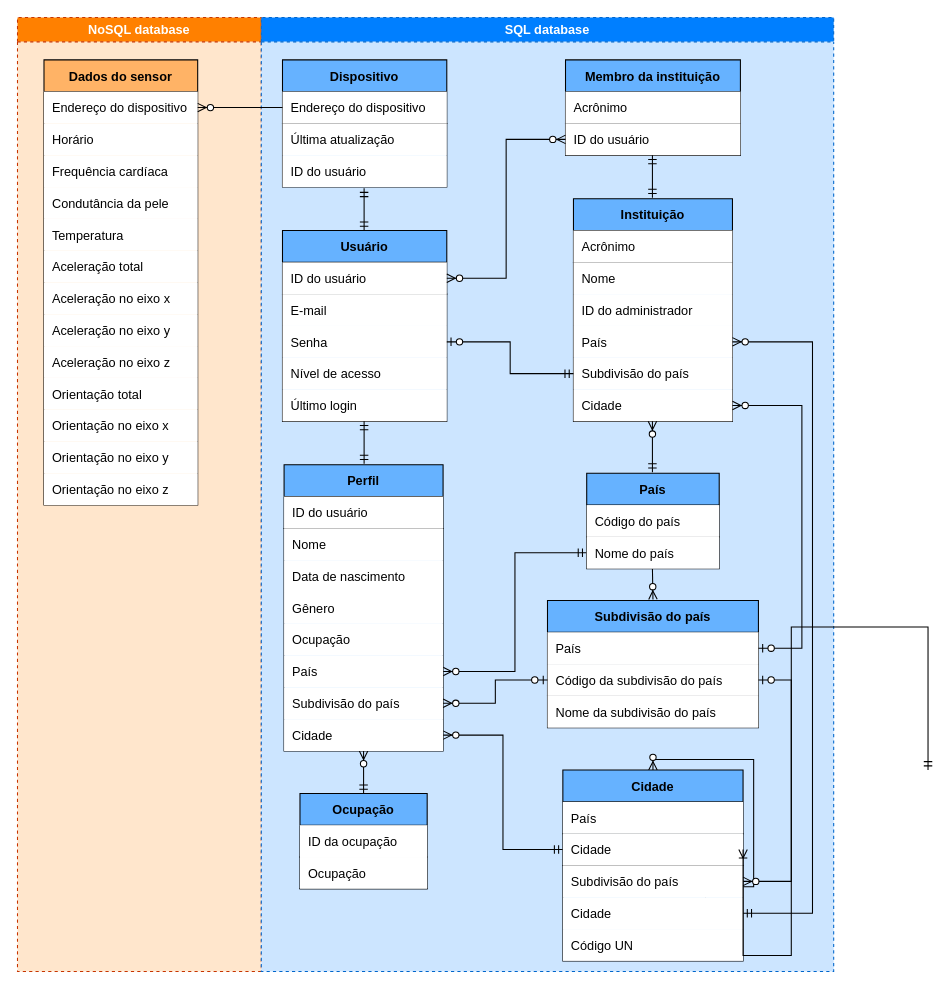
Earlier version of the draw.io diagram logical data model.drawio (julianaclp/tcc-diagrams). Source tidied: cells renumbered, new cells numbered last; positions are measured from the earlier drawing's top-left corner, leaving out a move shared by most shapes. Both pictures are drawn from the tidied source at 106%, with x=0, y=0 at pixel (17, 17).
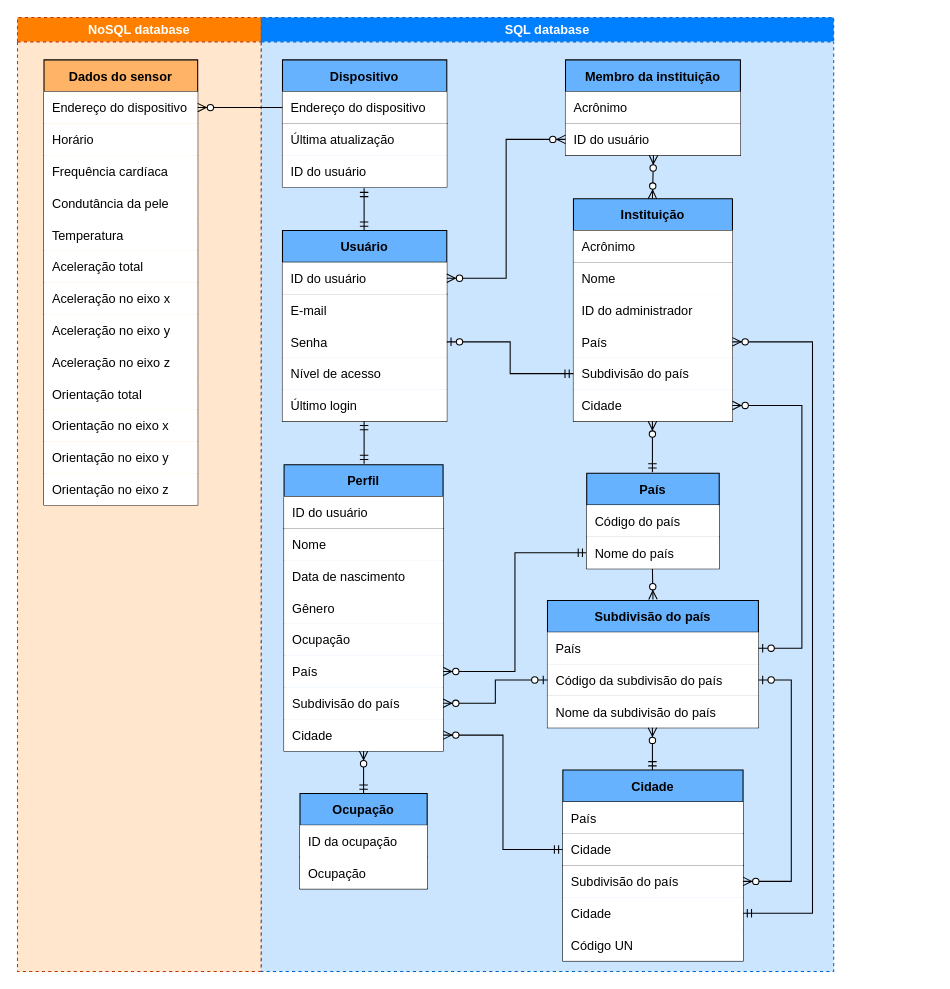
Above is the later version.

Unchanged cells that the change refers to:
```xml
<mxCell id="30" value="SQL database" style="swimlane;dashed=1;fillColor=#007FFF;fontColor=#ffffff;strokeColor=#0066CC;swimlaneFillColor=#CCE5FF;" parent="1" vertex="1">
  <mxGeometry x="230" width="540" height="900" as="geometry" />
</mxCell>
<mxCell id="76" value="Cidade" style="shape=table;startSize=30;childLayout=tableLayout;rowLines=0;fontStyle=1;align=center;fillColor=#66B2FF;" parent="30" vertex="1">
  <mxGeometry x="284.5" y="710" width="170" height="180" as="geometry" />
</mxCell>
<mxCell id="79" style="shape=partialRectangle;fillColor=none;top=0;left=0;bottom=1;right=0;points=[[0,0.5],[1,0.5]];portConstraint=eastwest;" parent="76" vertex="1">
  <mxGeometry y="60" width="170" height="30" as="geometry" />
</mxCell>
```

Diff of the diagram source:
```diff
@@
-    <mxCell id="35" style="fontSize=12;html=1;endArrow=ERzeroToMany;endFill=1;rounded=0;entryX=0.5;entryY=0;entryDx=0;entryDy=0;edgeStyle=orthogonalEdgeStyle;exitX=0.497;exitY=1;exitDx=0;exitDy=0;exitPerimeter=0;" parent="30" edge="1" target="76">
-      <mxGeometry relative="1" as="geometry">
-        <mxPoint x="419" y="830" as="sourcePoint" />
-      </mxGeometry>
-    </mxCell>
@@
-    <mxCell id="121" style="edgeStyle=orthogonalEdgeStyle;fontSize=12;html=1;endArrow=ERoneToMany;startArrow=ERmandOne;rounded=0;exitX=1;exitY=0.5;exitDx=0;exitDy=0;entryX=1;entryY=0.5;entryDx=0;entryDy=0;" parent="30" edge="1" target="79">
-      <mxGeometry relative="1" as="geometry">
-        <mxPoint x="629" y="710" as="sourcePoint" />
-        <Array as="points">
-          <mxPoint x="500" y="575" />
-          <mxPoint x="500" y="885" />
-        </Array>
-      </mxGeometry>
-    </mxCell>
@@
-    <mxCell id="126" style="fontSize=12;html=1;endArrow=ERmandOne;startArrow=ERmandOne;rounded=0;exitX=0.5;exitY=0;exitDx=0;exitDy=0;" parent="30" edge="1">
-      <mxGeometry relative="1" as="geometry">
-        <mxPoint x="369" y="170" as="sourcePoint" />
-        <mxPoint x="369" y="130" as="targetPoint" />
-      </mxGeometry>
-    </mxCell>
@@
+    <mxCell id="129" style="fontSize=12;html=1;endArrow=ERzeroToMany;startArrow=ERmandOne;rounded=0;" parent="30" edge="1">
+      <mxGeometry relative="1" as="geometry">
+        <mxPoint x="369" y="710" as="sourcePoint" />
+        <mxPoint x="369" y="670" as="targetPoint" />
+      </mxGeometry>
+    </mxCell>
+    <mxCell id="130" style="fontSize=12;html=1;endArrow=ERzeroToMany;endFill=1;startArrow=ERzeroToMany;rounded=0;" parent="30" edge="1">
+      <mxGeometry relative="1" as="geometry">
+        <mxPoint x="369" y="171" as="sourcePoint" />
+        <mxPoint x="370" y="130" as="targetPoint" />
+      </mxGeometry>
+    </mxCell>
```
